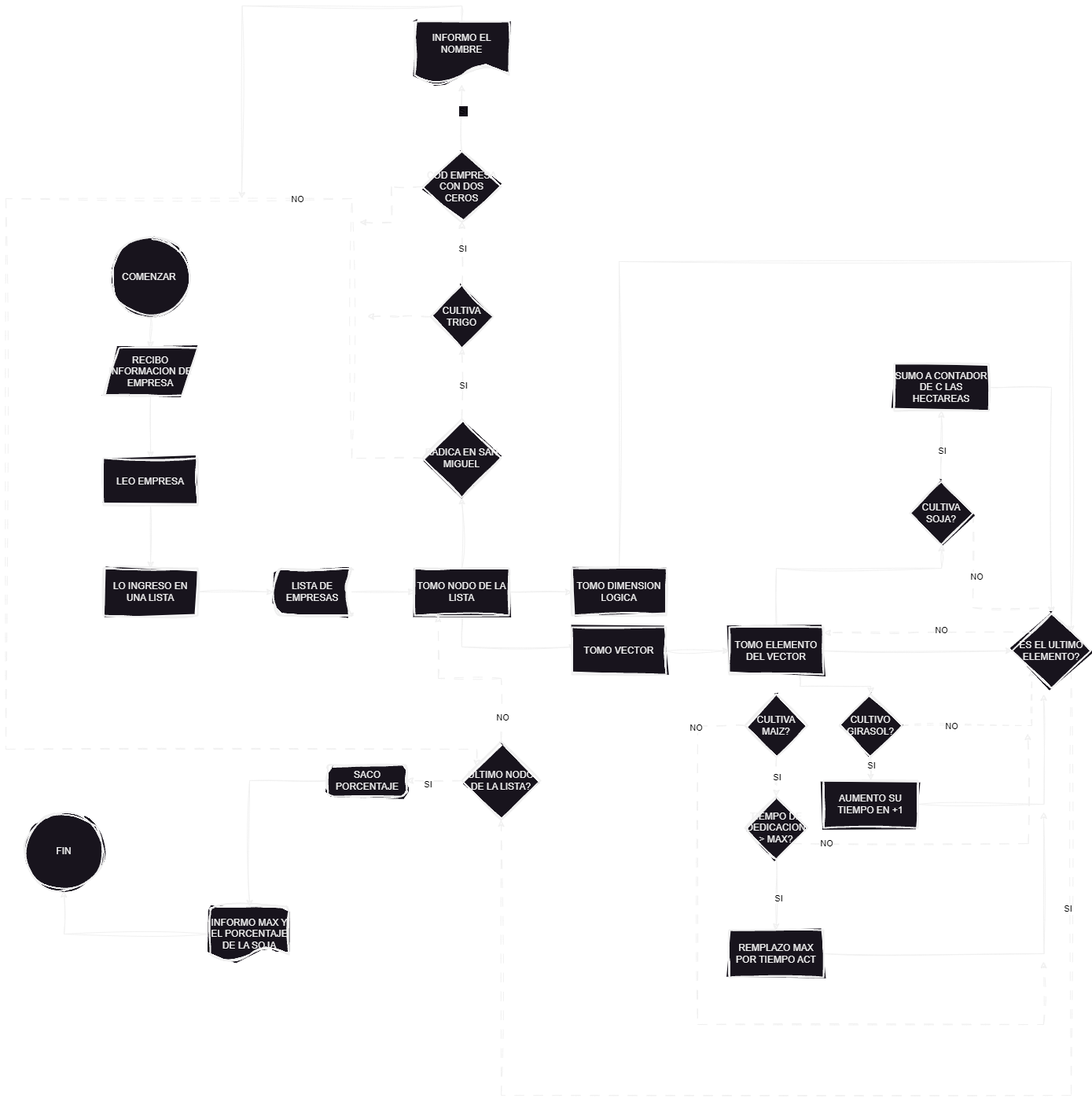
Above: primero/CADP/ejercicio10/diagrama.png in FrancoBanis/facultadInformatica-unlp (draw.io), before the change. Source tidied: cells renumbered, new cells last; positions are measured from the earlier drawing's top-left corner, leaving out a move shared by most shapes.
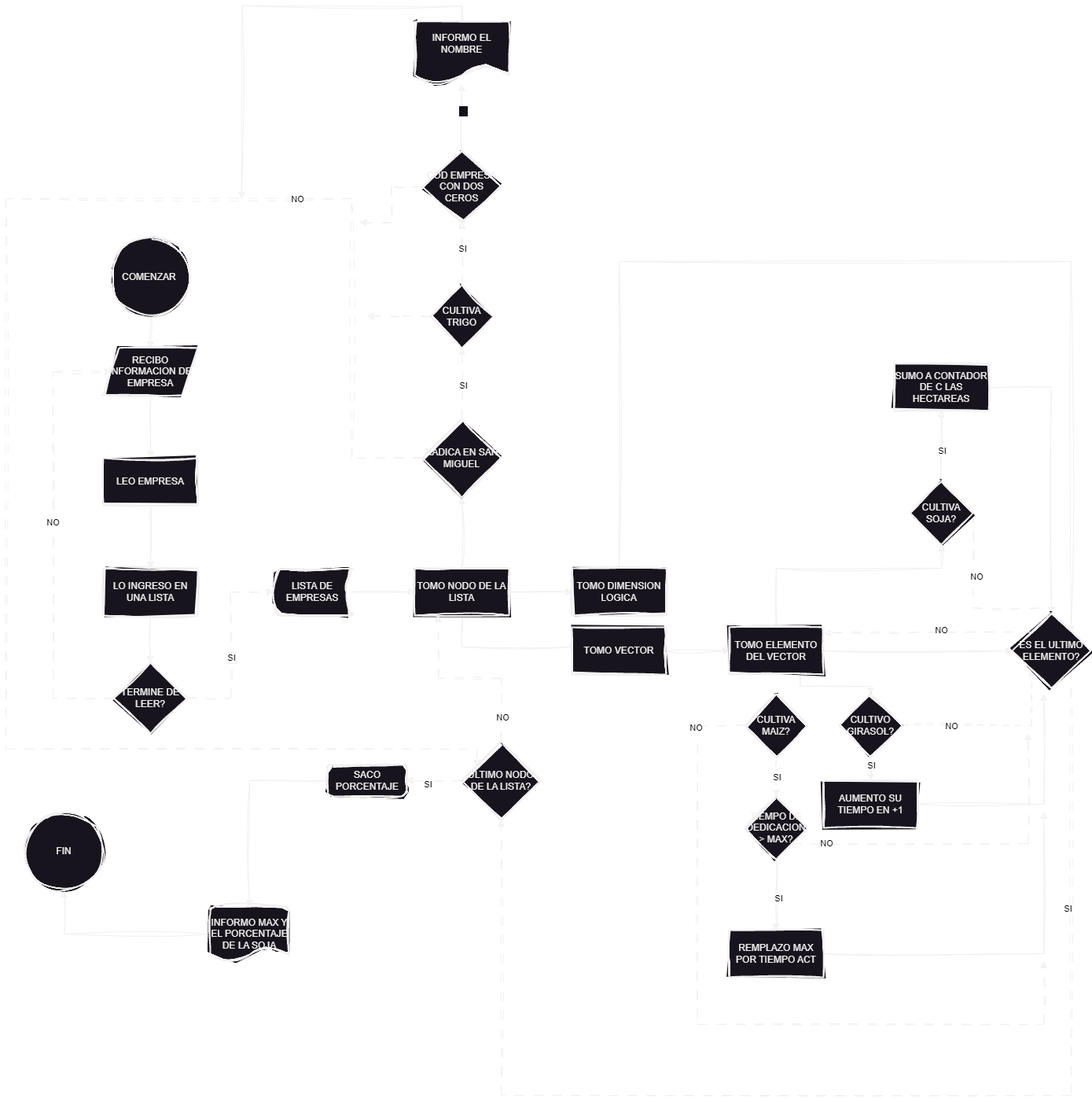
After the change.

Commit message:
actualizacion diagrama10

Diff of the diagram source:
```diff
@@ -23,9 +23,9 @@
     <mxCell id="8" value="LEO EMPRESA" style="whiteSpace=wrap;html=1;strokeWidth=2;sketch=1;hachureGap=4;jiggle=2;curveFitting=1;" parent="1" vertex="1">
       <mxGeometry x="124" y="555" width="120" height="60" as="geometry" />
     </mxCell>
-    <mxCell id="9" style="edgeStyle=orthogonalEdgeStyle;rounded=0;sketch=1;hachureGap=4;jiggle=2;curveFitting=1;jettySize=auto;html=1;" parent="1" edge="1" source="10" target="12">
-      <mxGeometry relative="1" as="geometry" />
-    </mxCell>
+    <mxCell id="80" style="edgeStyle=orthogonalEdgeStyle;rounded=0;sketch=1;hachureGap=4;jiggle=2;curveFitting=1;jettySize=auto;html=1;" parent="1" edge="1" source="10" target="83">
+      <mxGeometry relative="1" as="geometry" />
+    </mxCell>
     <mxCell id="10" value="LO INGRESO EN UNA LISTA" style="whiteSpace=wrap;html=1;strokeWidth=2;sketch=1;hachureGap=4;jiggle=2;curveFitting=1;" parent="1" vertex="1">
       <mxGeometry x="124" y="695" width="120" height="60" as="geometry" />
     </mxCell>
@@ -306,5 +306,25 @@
         <mxPoint x="-72" y="-277" as="offset" />
       </mxGeometry>
     </mxCell>
+    <mxCell id="81" style="edgeStyle=orthogonalEdgeStyle;rounded=0;sketch=1;hachureGap=4;jiggle=2;curveFitting=1;jettySize=auto;html=1;entryX=0;entryY=0.5;entryDx=0;entryDy=0;dashed=1;dashPattern=12 12;" parent="1" edge="1" source="83" target="6">
+      <mxGeometry relative="1" as="geometry">
+        <Array as="points">
+          <mxPoint x="60" y="860" />
+          <mxPoint x="60" y="445" />
+        </Array>
+      </mxGeometry>
+    </mxCell>
+    <mxCell id="82" value="NO" style="edgeLabel;html=1;align=center;verticalAlign=middle;sketch=1;hachureGap=4;jiggle=2;curveFitting=1;fontColor=#000000;labelBackgroundColor=#FFFFFF;" parent="81" vertex="1">
+      <mxGeometry x="0.06" y="1" relative="1" as="geometry" />
+    </mxCell>
+    <mxCell id="83" value="TERMINE DE LEER?" style="rhombus;whiteSpace=wrap;html=1;strokeWidth=2;sketch=1;hachureGap=4;jiggle=2;curveFitting=1;" parent="1" vertex="1">
+      <mxGeometry x="137" y="815" width="94" height="90" as="geometry" />
+    </mxCell>
+    <mxCell id="84" style="edgeStyle=orthogonalEdgeStyle;rounded=0;sketch=1;hachureGap=4;jiggle=2;curveFitting=1;jettySize=auto;html=1;entryX=0;entryY=0.5;entryDx=0;entryDy=0;entryPerimeter=0;dashed=1;dashPattern=12 12;" parent="1" edge="1" source="83" target="12">
+      <mxGeometry relative="1" as="geometry" />
+    </mxCell>
+    <mxCell id="85" value="SI" style="edgeLabel;html=1;align=center;verticalAlign=middle;sketch=1;hachureGap=4;jiggle=2;curveFitting=1;labelBorderColor=default;fontColor=#000000;labelBackgroundColor=#FFFFFF;" parent="84" vertex="1">
+      <mxGeometry x="-0.13" y="-1" relative="1" as="geometry" />
+    </mxCell>
   </root>
 </mxGraphModel>
```
